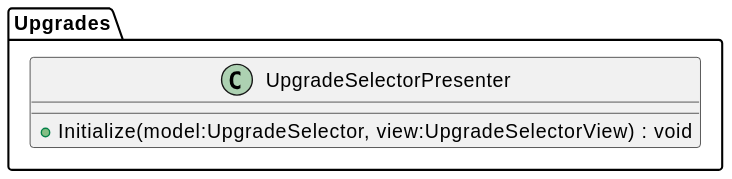
The PlantUML diagram plantuml/out/Upgrade/UpgradeSelectorPresenter.svg in asterisk-cn/RougueShooter, before a commit.
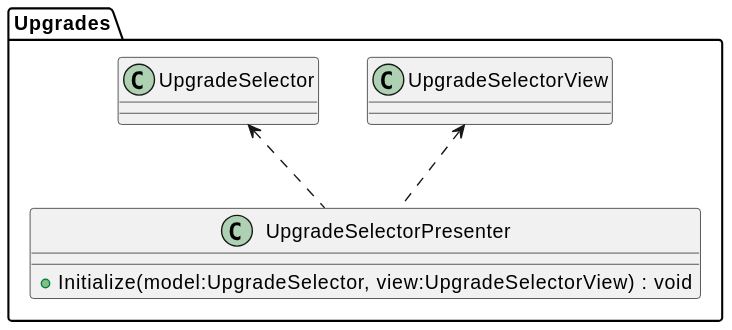
After the change.

Diff of the diagram source:
```diff
@@ -4,4 +4,6 @@
     + Initialize(model:UpgradeSelector, view:UpgradeSelectorView) : void
 }
 }
+Upgrades.UpgradeSelector <.. UpgradeSelectorPresenter
+Upgrades.UpgradeSelectorView <.. UpgradeSelectorPresenter
 @enduml
```
